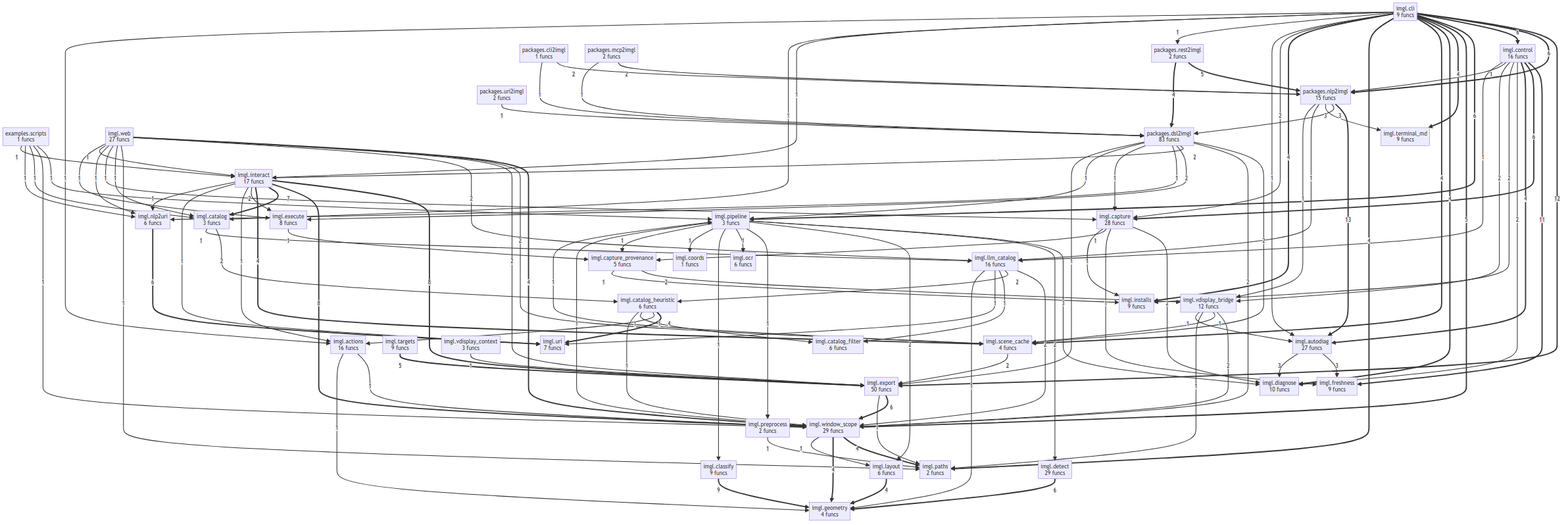
Before: project/compact_flow.png, a diagram exported from Mermaid (semcod/imgl). Its source is kept beside it as project/compact_flow.mmd.
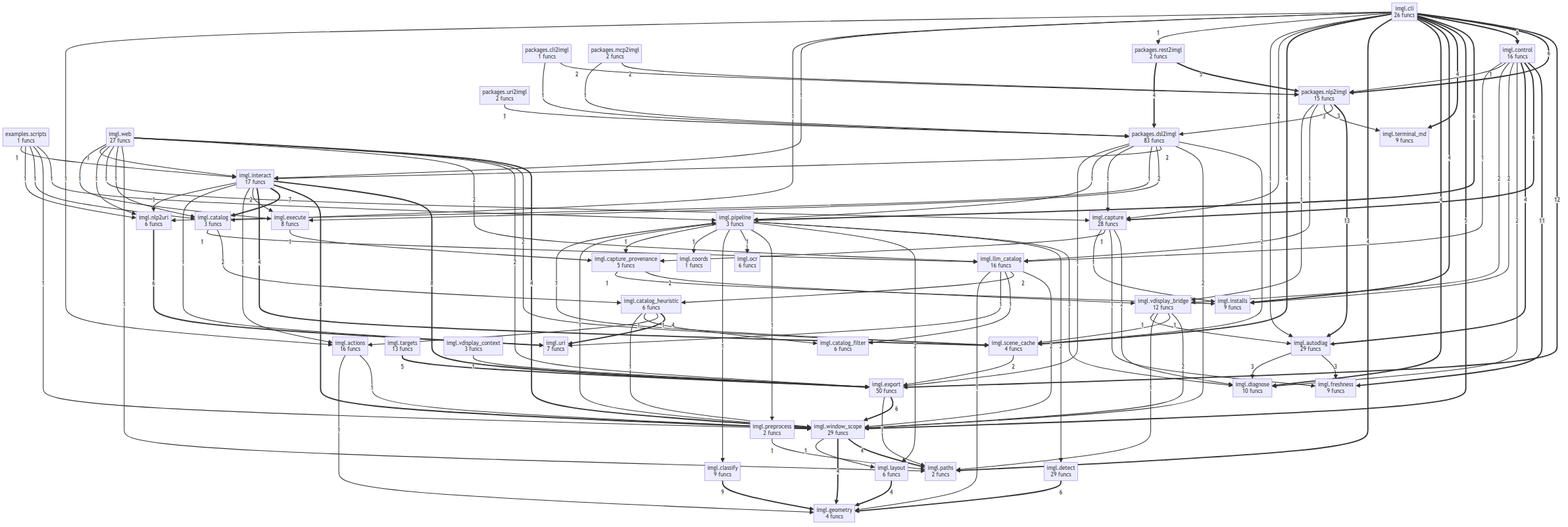
Above is the later version.

The edit, as a diff of the source:
```diff
@@ -1,14 +1,14 @@
 flowchart TD
     examples__scripts["examples.scripts<br/>1 funcs"]
     imgl__actions["imgl.actions<br/>16 funcs"]
-    imgl__autodiag["imgl.autodiag<br/>27 funcs"]
+    imgl__autodiag["imgl.autodiag<br/>29 funcs"]
     imgl__capture["imgl.capture<br/>28 funcs"]
     imgl__capture_provenance["imgl.capture_provenance<br/>5 funcs"]
     imgl__catalog["imgl.catalog<br/>3 funcs"]
     imgl__catalog_filter["imgl.catalog_filter<br/>6 funcs"]
     imgl__catalog_heuristic["imgl.catalog_heuristic<br/>6 funcs"]
     imgl__classify["imgl.classify<br/>9 funcs"]
-    imgl__cli["imgl.cli<br/>9 funcs"]
+    imgl__cli["imgl.cli<br/>26 funcs"]
     imgl__control["imgl.control<br/>16 funcs"]
     imgl__coords["imgl.coords<br/>1 funcs"]
     imgl__detect["imgl.detect<br/>29 funcs"]
@@ -27,7 +27,7 @@
     imgl__pipeline["imgl.pipeline<br/>3 funcs"]
     imgl__preprocess["imgl.preprocess<br/>2 funcs"]
     imgl__scene_cache["imgl.scene_cache<br/>4 funcs"]
-    imgl__targets["imgl.targets<br/>9 funcs"]
+    imgl__targets["imgl.targets<br/>13 funcs"]
     imgl__terminal_md["imgl.terminal_md<br/>9 funcs"]
     imgl__uri["imgl.uri<br/>7 funcs"]
     imgl__vdisplay_bridge["imgl.vdisplay_bridge<br/>12 funcs"]
@@ -47,22 +47,17 @@
     imgl__interact ==>|8| imgl__export
     imgl__interact ==>|8| imgl__window_scope
     imgl__interact ==>|7| imgl__catalog
-    imgl__cli ==>|6| packages__nlp2imgl
-    imgl__cli ==>|6| imgl__control
-    imgl__cli ==>|6| imgl__pipeline
     imgl__nlp2uri ==>|6| imgl__uri
     imgl__control ==>|6| imgl__capture
     imgl__export ==>|6| imgl__window_scope
     imgl__detect ==>|6| imgl__geometry
+    imgl__cli ==>|6| packages__nlp2imgl
+    imgl__cli ==>|6| imgl__control
+    imgl__cli ==>|6| imgl__pipeline
     packages__rest2imgl ==>|5| packages__nlp2imgl
     imgl__cli ==>|5| imgl__window_scope
     imgl__targets ==>|5| imgl__export
     packages__rest2imgl ==>|4| packages__dsl2imgl
-    imgl__cli ==>|4| imgl__terminal_md
-    imgl__cli ==>|4| imgl__diagnose
-    imgl__cli ==>|4| imgl__scene_cache
-    imgl__cli ==>|4| imgl__paths
-    imgl__cli ==>|4| imgl__installs
     imgl__interact ==>|4| imgl__scene_cache
     imgl__layout ==>|4| imgl__geometry
     imgl__window_scope ==>|4| imgl__paths
@@ -70,18 +65,22 @@
     imgl__control ==>|4| imgl__autodiag
     imgl__catalog_heuristic ==>|4| imgl__uri
     imgl__web ==>|4| imgl__window_scope
+    imgl__cli ==>|4| imgl__terminal_md
+    imgl__cli ==>|4| imgl__installs
+    imgl__cli ==>|4| imgl__diagnose
+    imgl__cli ==>|4| imgl__paths
+    imgl__cli ==>|4| imgl__scene_cache
     packages__nlp2imgl -->|3| packages__dsl2imgl
     packages__nlp2imgl -->|3| imgl__terminal_md
+    imgl__pipeline -->|3| imgl__diagnose
     imgl__autodiag -->|3| imgl__freshness
     imgl__autodiag -->|3| imgl__diagnose
-    imgl__pipeline -->|3| imgl__diagnose
     packages__cli2imgl -->|2| packages__nlp2imgl
     packages__mcp2imgl -->|2| packages__nlp2imgl
     packages__dsl2imgl -->|2| imgl__scene_cache
     packages__dsl2imgl -->|2| imgl__window_scope
     packages__dsl2imgl -->|2| imgl__interact
     packages__dsl2imgl -->|2| imgl__execute
-    imgl__cli -->|2| imgl__capture
     imgl__scene_cache -->|2| imgl__export
     imgl__interact -->|2| imgl__execute
     imgl__catalog -->|2| imgl__catalog_heuristic
@@ -98,6 +97,7 @@
     imgl__web -->|2| imgl__scene_cache
     imgl__web -->|2| imgl__export
     imgl__web -->|2| imgl__llm_catalog
+    imgl__cli -->|2| imgl__capture
     packages__cli2imgl -->|1| packages__dsl2imgl
     packages__uri2imgl -->|1| packages__dsl2imgl
     packages__mcp2imgl -->|1| packages__dsl2imgl
@@ -112,11 +112,6 @@
     examples__scripts -->|1| imgl__catalog
     examples__scripts -->|1| imgl__nlp2uri
     examples__scripts -->|1| imgl__interact
-    imgl__cli -->|1| imgl__autodiag
-    imgl__cli -->|1| packages__rest2imgl
-    imgl__cli -->|1| imgl__interact
-    imgl__cli -->|1| imgl__catalog
-    imgl__cli -->|1| imgl__actions
     imgl__scene_cache -->|1| imgl__pipeline
     imgl__interact -->|1| imgl__actions
     imgl__interact -->|1| imgl__uri
@@ -133,6 +128,7 @@
     imgl__llm_catalog -->|1| imgl__geometry
     imgl__window_scope -->|1| imgl__pipeline
     imgl__window_scope -->|1| imgl__layout
+    imgl__vdisplay_context -->|1| imgl__export
     imgl__execute -->|1| imgl__capture_provenance
     imgl__pipeline -->|1| imgl__preprocess
     imgl__pipeline -->|1| imgl__ocr
@@ -155,4 +151,8 @@
     imgl__web -->|1| imgl__nlp2uri
     imgl__web -->|1| imgl__interact
     imgl__web -->|1| imgl__execute
-    imgl__vdisplay_context -->|1| imgl__export
+    imgl__cli -->|1| imgl__autodiag
+    imgl__cli -->|1| packages__rest2imgl
+    imgl__cli -->|1| imgl__interact
+    imgl__cli -->|1| imgl__catalog
+    imgl__cli -->|1| imgl__actions
```
